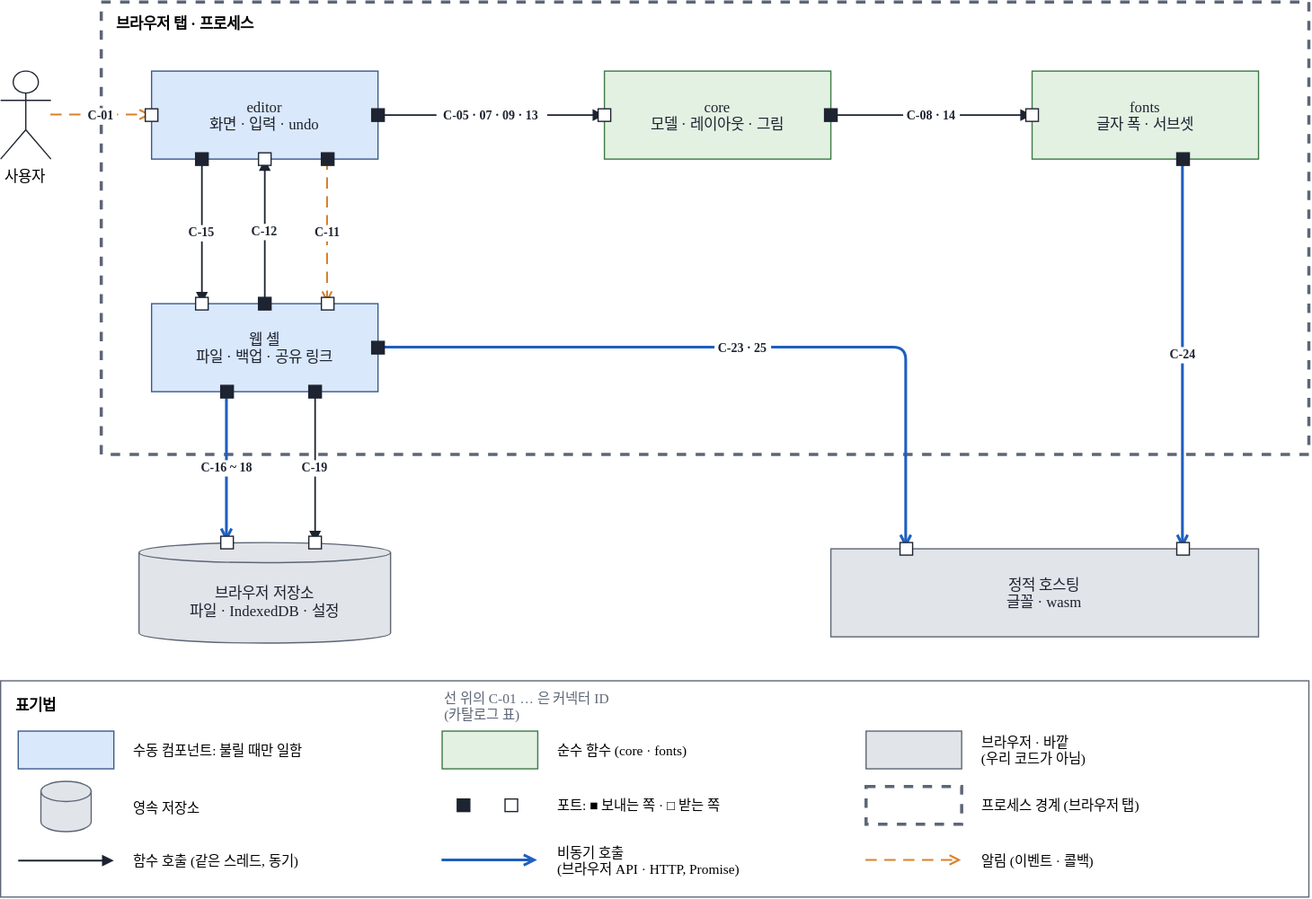
Above: docs/03-architecture/assets/cc-view-web-overview.drawio.svg in reddiana/AriadneNSD (draw.io), before the change. Source tidied: cells renumbered, new cells last; positions are measured from the earlier drawing's top-left corner, leaving out a move shared by most shapes.
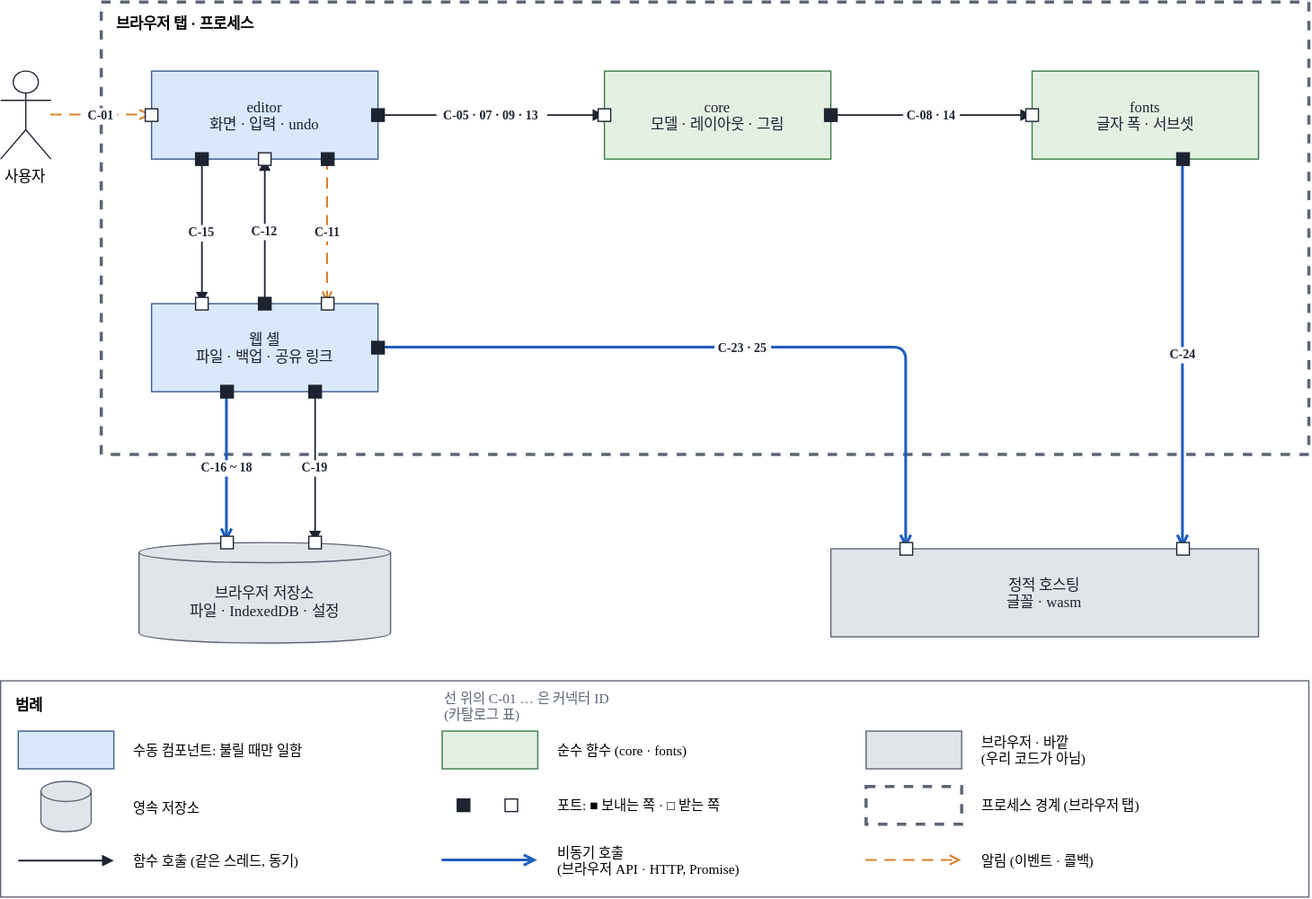
The same file after the commit.

Commit message:
docs(architecture): C&C의 표기법을 범례로

What changed in the source:
```diff
@@ -146,7 +146,7 @@
     <mxCell id="38" style="rounded=0;strokeColor=#1d2330;fillColor=#ffffff;" parent="1" vertex="1">
       <mxGeometry x="935" y="430" width="10" height="10" as="geometry" />
     </mxCell>
-    <mxCell id="39" value="표기법" style="rounded=0;fillColor=#ffffff;strokeColor=#5d6676;verticalAlign=top;align=left;spacingLeft=10;spacingTop=6;fontStyle=1;fontFamily=Malgun Gothic;fontSize=12;" parent="1" vertex="1">
+    <mxCell id="39" value="범례" style="rounded=0;fillColor=#ffffff;strokeColor=#5d6676;verticalAlign=top;align=left;spacingLeft=10;spacingTop=6;fontStyle=1;fontFamily=Malgun Gothic;fontSize=12;" parent="1" vertex="1">
       <mxGeometry y="540" width="1040" height="172" as="geometry" />
     </mxCell>
     <mxCell id="40" style="rounded=0;html=0;fillColor=#dae8fc;strokeColor=#3b5b8c;fontColor=#1d2330;" parent="1" vertex="1">
```
